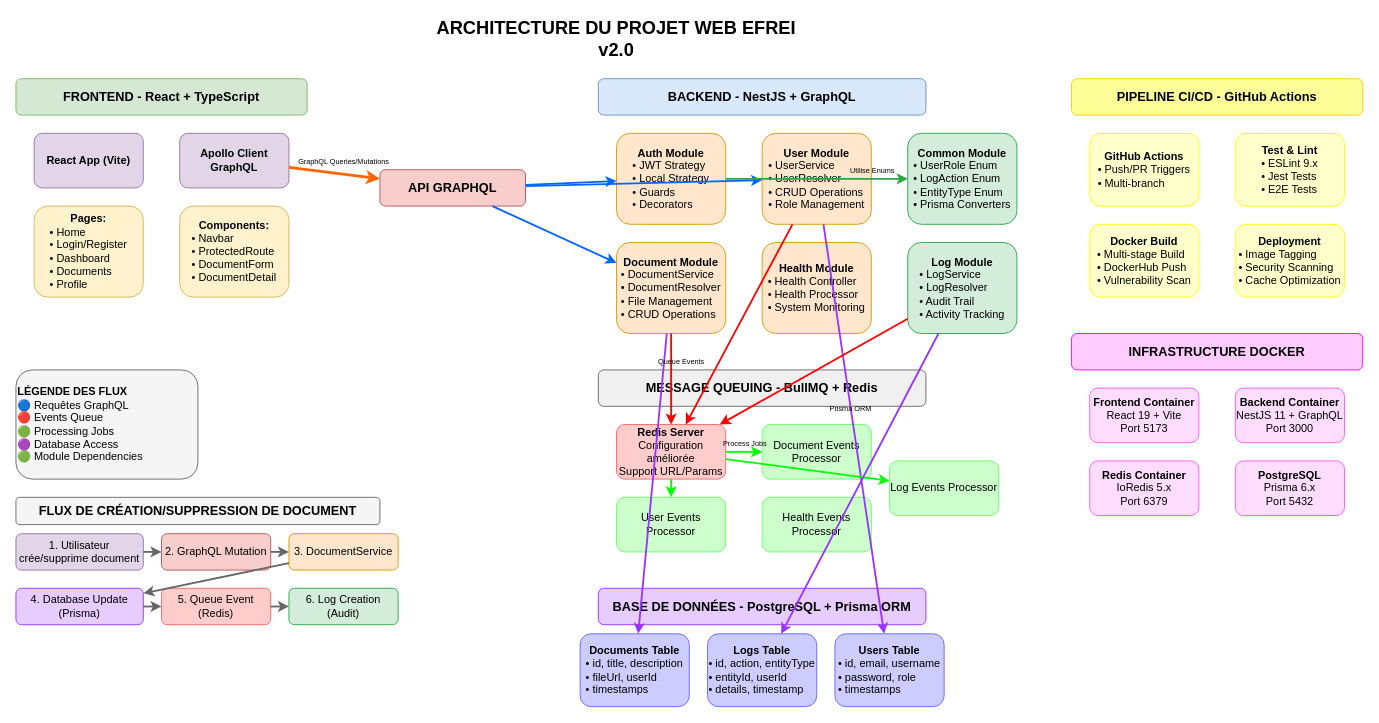
Before: archi/architecture-projet.drawio in julienESN/projetweb-efrei, a draw.io diagram. Source tidied: cells renumbered, new cells numbered last; positions are measured from the earlier drawing's top-left corner, leaving out a move shared by most shapes. Both pictures are drawn from the tidied source at 91%, with x=0, y=0 at pixel (15, 24).
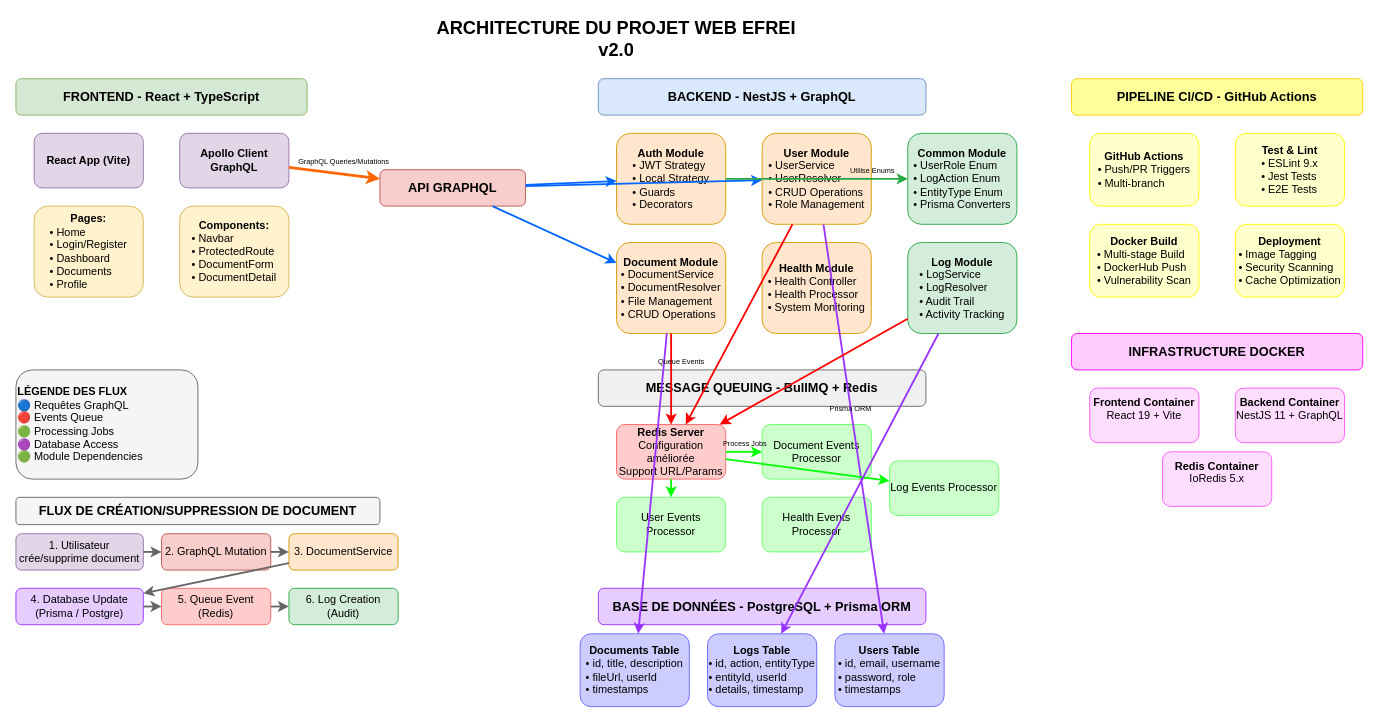
After the change.

Commit message (it also covers changes not shown here):
Maj graph archi

Change to the diagram source:
```diff
@@
-    <mxCell id="32" value="&lt;b&gt;Frontend Container&lt;br&gt;&lt;/b&gt;React 19 + Vite&lt;br&gt;Port 5173" style="rounded=1;whiteSpace=wrap;html=1;fillColor=#ffddff;strokeColor=#ff55ff;" parent="1" vertex="1">
+    <mxCell id="32" value="&lt;b&gt;Frontend Container&lt;br&gt;&lt;/b&gt;React 19 + Vite&lt;div&gt;&lt;br/&gt;&lt;/div&gt;" style="rounded=1;whiteSpace=wrap;html=1;fillColor=#ffddff;strokeColor=#ff55ff;" parent="1" vertex="1">
       <mxGeometry x="1180" y="400" width="120" height="60" as="geometry" />
     </mxCell>
-    <mxCell id="33" value="&lt;b&gt;Backend Container&lt;br&gt;&lt;/b&gt;NestJS 11 + GraphQL&lt;br&gt;Port 3000" style="rounded=1;whiteSpace=wrap;html=1;fillColor=#ffddff;strokeColor=#ff55ff;" parent="1" vertex="1">
+    <mxCell id="33" value="&lt;b&gt;Backend Container&lt;br&gt;&lt;/b&gt;NestJS 11 + GraphQL&lt;div&gt;&lt;br/&gt;&lt;/div&gt;" style="rounded=1;whiteSpace=wrap;html=1;fillColor=#ffddff;strokeColor=#ff55ff;" parent="1" vertex="1">
       <mxGeometry x="1340" y="400" width="120" height="60" as="geometry" />
     </mxCell>
-    <mxCell id="34" value="&lt;b&gt;Redis Container&lt;br&gt;&lt;/b&gt;IoRedis 5.x&lt;br&gt;Port 6379" style="rounded=1;whiteSpace=wrap;html=1;fillColor=#ffddff;strokeColor=#ff55ff;" parent="1" vertex="1">
-      <mxGeometry x="1180" y="480" width="120" height="60" as="geometry" />
+    <mxCell id="34" value="&lt;b&gt;Redis Container&lt;br&gt;&lt;/b&gt;IoRedis 5.x&lt;div&gt;&lt;br/&gt;&lt;/div&gt;" style="rounded=1;whiteSpace=wrap;html=1;fillColor=#ffddff;strokeColor=#ff55ff;" parent="1" vertex="1">
+      <mxGeometry x="1260" y="470" width="120" height="60" as="geometry" />
     </mxCell>
-    <mxCell id="35" value="&lt;b&gt;PostgreSQL&lt;br&gt;&lt;/b&gt;Prisma 6.x&lt;br&gt;Port 5432" style="rounded=1;whiteSpace=wrap;html=1;fillColor=#ffddff;strokeColor=#ff55ff;" parent="1" vertex="1">
-      <mxGeometry x="1340" y="480" width="120" height="60" as="geometry" />
-    </mxCell>
@@
-    <mxCell id="60" value="4. Database Update (Prisma)" style="rounded=1;whiteSpace=wrap;html=1;fillColor=#e6ccff;strokeColor=#9933ff;" parent="1" vertex="1">
+    <mxCell id="60" value="4. Database Update (Prisma / Postgre)" style="rounded=1;whiteSpace=wrap;html=1;fillColor=#e6ccff;strokeColor=#9933ff;" parent="1" vertex="1">
       <mxGeometry y="620" width="140" height="40" as="geometry" />
     </mxCell>
```
